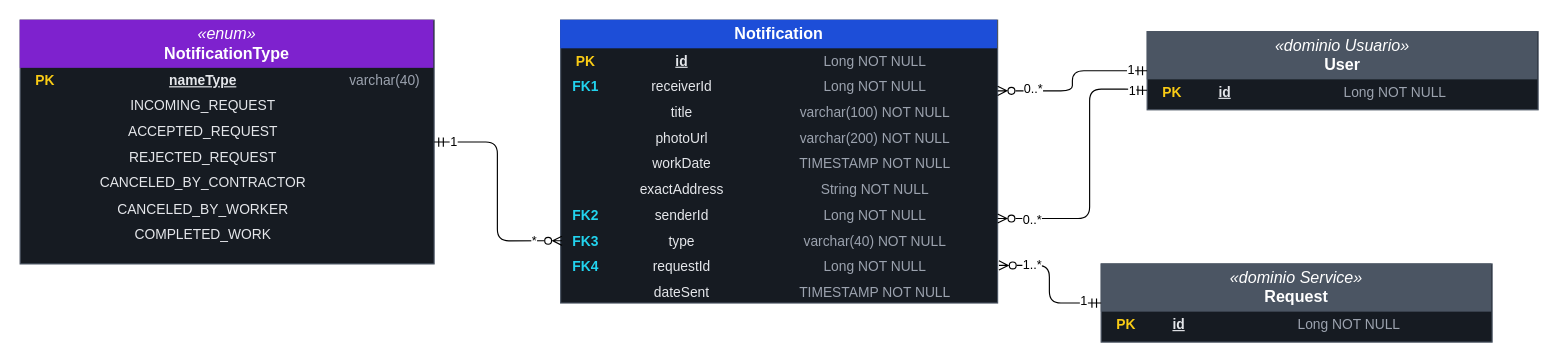
JElaverdem/oficioya-notification keeps this draw.io diagram as src/main/resources/docs/uml/ER-Notification.drawio. Above is the earlier version. Source tidied: cells renumbered, new cells numbered last; positions are measured from the earlier drawing's top-left corner, leaving out a move shared by most shapes. Both pictures are drawn from the tidied source at 115%, with x=0, y=0 at pixel (20, 20).
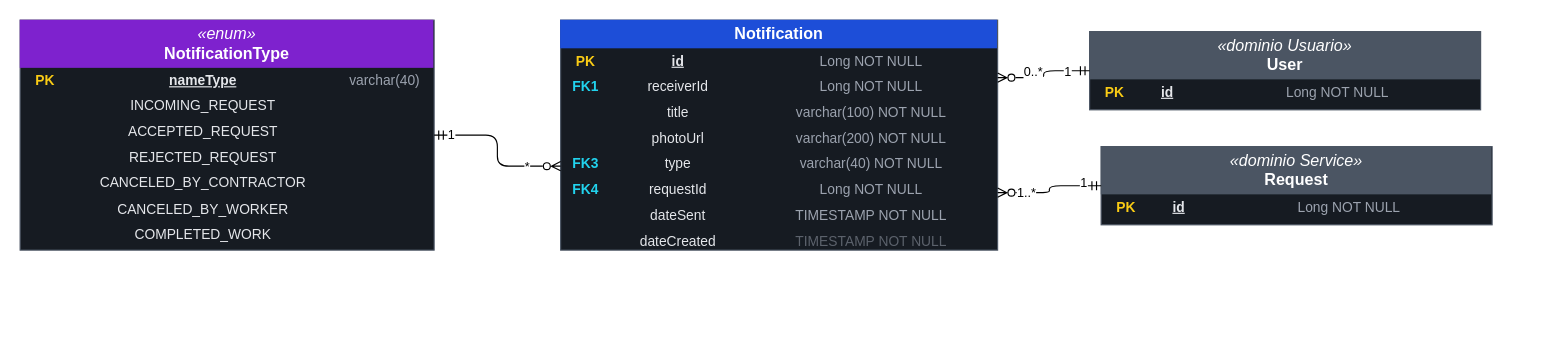
After the change.

Unchanged cells that the change refers to:
```xml
<mxCell id="9" style="edgeStyle=orthogonalEdgeStyle;html=1;startArrow=ERmandOne;endArrow=ERzeroToMany;startFill=0;endFill=0;strokeColor=default;fontColor=#e5e7eb;labelBackgroundColor=#0f1117;entryX=1;entryY=0.25;entryDx=0;entryDy=0;" parent="1" edge="1" source="4" target="3">
  <mxGeometry relative="1" as="geometry" />
</mxCell>
```

What changed in the source:
```diff
@@
     <mxCell id="2" value="&lt;table width=&quot;100%&quot; cellpadding=&quot;4&quot; cellspacing=&quot;0&quot; style=&quot;color: rgb(229, 231, 235); font-size: 12px;&quot;&gt;&lt;tbody&gt;&lt;tr&gt;&lt;td colspan=&quot;3&quot; align=&quot;center&quot; bgcolor=&quot;#7e22ce&quot;&gt;&lt;font color=&quot;#fff&quot; style=&quot;font-size: 14px;&quot;&gt;&lt;i&gt;«enum»&lt;/i&gt;&lt;br&gt;&lt;b&gt;NotificationType&lt;/b&gt;&lt;/font&gt;&lt;/td&gt;&lt;/tr&gt;&lt;tr&gt;&lt;td width=&quot;36&quot;&gt;&lt;font color=&quot;#facc15&quot;&gt;&lt;b&gt;PK&lt;/b&gt;&lt;/font&gt;&lt;/td&gt;&lt;td&gt;&lt;u&gt;&lt;b&gt;nameType&lt;/b&gt;&lt;/u&gt;&lt;/td&gt;&lt;td&gt;&lt;font color=&quot;#9ca3af&quot;&gt;varchar(40)&lt;/font&gt;&lt;/td&gt;&lt;/tr&gt;&lt;tr&gt;&lt;td width=&quot;36&quot;&gt;&lt;font color=&quot;#22d3ee&quot;&gt;&lt;b&gt;&lt;/b&gt;&lt;/font&gt;&lt;/td&gt;&lt;td&gt;INCOMING_REQUEST&lt;/td&gt;&lt;td&gt;&lt;font color=&quot;#9ca3af&quot;&gt;&lt;/font&gt;&lt;/td&gt;&lt;/tr&gt;&lt;tr&gt;&lt;td width=&quot;36&quot;&gt;&lt;font color=&quot;#22d3ee&quot;&gt;&lt;b&gt;&lt;/b&gt;&lt;/font&gt;&lt;/td&gt;&lt;td&gt;ACCEPTED_REQUEST&lt;/td&gt;&lt;td&gt;&lt;font color=&quot;#9ca3af&quot;&gt;&lt;/font&gt;&lt;/td&gt;&lt;/tr&gt;&lt;tr&gt;&lt;td width=&quot;36&quot;&gt;&lt;font color=&quot;#22d3ee&quot;&gt;&lt;b&gt;&lt;/b&gt;&lt;/font&gt;&lt;/td&gt;&lt;td&gt;REJECTED_REQUEST&lt;/td&gt;&lt;td&gt;&lt;font color=&quot;#9ca3af&quot;&gt;&lt;/font&gt;&lt;/td&gt;&lt;/tr&gt;&lt;tr&gt;&lt;td width=&quot;36&quot;&gt;&lt;font color=&quot;#22d3ee&quot;&gt;&lt;b&gt;&lt;/b&gt;&lt;/font&gt;&lt;/td&gt;&lt;td&gt;CANCELED_BY_CONTRACTOR&lt;/td&gt;&lt;td&gt;&lt;font color=&quot;#9ca3af&quot;&gt;&lt;/font&gt;&lt;/td&gt;&lt;/tr&gt;&lt;tr&gt;&lt;td width=&quot;36&quot;&gt;&lt;font color=&quot;#22d3ee&quot;&gt;&lt;b&gt;&lt;/b&gt;&lt;/font&gt;&lt;/td&gt;&lt;td&gt;CANCELED_BY_WORKER&lt;/td&gt;&lt;td&gt;&lt;font color=&quot;#9ca3af&quot;&gt;&lt;/font&gt;&lt;/td&gt;&lt;/tr&gt;&lt;tr&gt;&lt;td width=&quot;36&quot;&gt;&lt;font color=&quot;#22d3ee&quot;&gt;&lt;b&gt;&lt;/b&gt;&lt;/font&gt;&lt;/td&gt;&lt;td&gt;COMPLETED_WORK&lt;/td&gt;&lt;td&gt;&lt;font color=&quot;#9ca3af&quot;&gt;&lt;/font&gt;&lt;/td&gt;&lt;/tr&gt;&lt;/tbody&gt;&lt;/table&gt;" style="html=1;whiteSpace=wrap;overflow=fill;verticalAlign=top;fillColor=#161b22;strokeColor=#4b5563;fontColor=#e5e7eb;" parent="1" vertex="1">
-      <mxGeometry width="360" height="212" as="geometry" />
+      <mxGeometry width="360" height="200" as="geometry" />
     </mxCell>
-    <mxCell id="3" value="&lt;table width=&quot;100%&quot; cellpadding=&quot;4&quot; cellspacing=&quot;0&quot; style=&quot;color: rgb(229, 231, 235); font-size: 12px;&quot;&gt;&lt;tbody&gt;&lt;tr&gt;&lt;td colspan=&quot;3&quot; align=&quot;center&quot; bgcolor=&quot;#1d4ed8&quot;&gt;&lt;font color=&quot;#fff&quot; style=&quot;font-size: 14px;&quot;&gt;&lt;b&gt;Notification&lt;/b&gt;&lt;/font&gt;&lt;/td&gt;&lt;/tr&gt;&lt;tr&gt;&lt;td width=&quot;36&quot;&gt;&lt;font color=&quot;#facc15&quot;&gt;&lt;b&gt;PK&lt;/b&gt;&lt;/font&gt;&lt;/td&gt;&lt;td&gt;&lt;u&gt;&lt;b&gt;id&lt;/b&gt;&lt;/u&gt;&lt;/td&gt;&lt;td&gt;&lt;font color=&quot;#9ca3af&quot;&gt;Long NOT NULL&lt;/font&gt;&lt;/td&gt;&lt;/tr&gt;&lt;tr&gt;&lt;td width=&quot;36&quot;&gt;&lt;font color=&quot;#22d3ee&quot;&gt;&lt;b&gt;FK1&lt;/b&gt;&lt;/font&gt;&lt;/td&gt;&lt;td&gt;receiverId&lt;/td&gt;&lt;td&gt;&lt;font color=&quot;#9ca3af&quot;&gt;Long NOT NULL&lt;/font&gt;&lt;/td&gt;&lt;/tr&gt;&lt;tr&gt;&lt;td width=&quot;36&quot;&gt;&lt;font color=&quot;#22d3ee&quot;&gt;&lt;b&gt;&lt;/b&gt;&lt;/font&gt;&lt;/td&gt;&lt;td&gt;title&lt;/td&gt;&lt;td&gt;&lt;font color=&quot;#9ca3af&quot;&gt;varchar(100) NOT NULL&lt;/font&gt;&lt;/td&gt;&lt;/tr&gt;&lt;tr&gt;&lt;td width=&quot;36&quot;&gt;&lt;font color=&quot;#22d3ee&quot;&gt;&lt;b&gt;&lt;/b&gt;&lt;/font&gt;&lt;/td&gt;&lt;td&gt;photoUrl&lt;/td&gt;&lt;td&gt;&lt;font color=&quot;#9ca3af&quot;&gt;varchar(200) NOT NULL&lt;/font&gt;&lt;/td&gt;&lt;/tr&gt;&lt;tr&gt;&lt;td width=&quot;36&quot;&gt;&lt;font color=&quot;#22d3ee&quot;&gt;&lt;b&gt;&lt;/b&gt;&lt;/font&gt;&lt;/td&gt;&lt;td&gt;workDate&lt;/td&gt;&lt;td&gt;&lt;font color=&quot;#9ca3af&quot;&gt;TIMESTAMP NOT NULL&lt;/font&gt;&lt;/td&gt;&lt;/tr&gt;&lt;tr&gt;&lt;td width=&quot;36&quot;&gt;&lt;br&gt;&lt;/td&gt;&lt;td&gt;exactAddress&lt;/td&gt;&lt;td&gt;&lt;font color=&quot;#9ca3af&quot;&gt;String NOT NULL&lt;/font&gt;&lt;/td&gt;&lt;/tr&gt;&lt;tr&gt;&lt;td width=&quot;36&quot;&gt;&lt;b style=&quot;color: rgb(34, 211, 238);&quot;&gt;FK2&lt;/b&gt;&lt;/td&gt;&lt;td&gt;senderId&lt;/td&gt;&lt;td&gt;&lt;font color=&quot;#9ca3af&quot;&gt;Long NOT NULL&lt;/font&gt;&lt;/td&gt;&lt;/tr&gt;&lt;tr&gt;&lt;td&gt;&lt;b style=&quot;color: rgb(34, 211, 238);&quot;&gt;FK3&lt;/b&gt;&lt;/td&gt;&lt;td&gt;type&lt;/td&gt;&lt;td&gt;&lt;span style=&quot;color: light-dark(rgb(156, 163, 175), rgb(36, 38, 41));&quot;&gt;varchar(40) NOT NULL&lt;/span&gt;&lt;/td&gt;&lt;/tr&gt;&lt;tr&gt;&lt;td&gt;&lt;b style=&quot;color: rgb(34, 211, 238);&quot;&gt;FK4&lt;/b&gt;&lt;/td&gt;&lt;td&gt;requestId&lt;/td&gt;&lt;td&gt;&lt;span style=&quot;color: rgb(156, 163, 175);&quot;&gt;Long NOT NULL&lt;/span&gt;&lt;/td&gt;&lt;/tr&gt;&lt;tr&gt;&lt;td&gt;&lt;br&gt;&lt;/td&gt;&lt;td&gt;dateSent&lt;/td&gt;&lt;td&gt;&lt;span style=&quot;color: rgb(156, 163, 175);&quot;&gt;TIMESTAMP NOT NULL&lt;/span&gt;&lt;/td&gt;&lt;/tr&gt;&lt;/tbody&gt;&lt;/table&gt;" style="html=1;whiteSpace=wrap;overflow=fill;verticalAlign=top;fillColor=#161b22;strokeColor=#4b5563;fontColor=#e5e7eb;" parent="1" vertex="1">
-      <mxGeometry x="470" width="380" height="246" as="geometry" />
+    <mxCell id="3" value="&lt;table width=&quot;100%&quot; cellpadding=&quot;4&quot; cellspacing=&quot;0&quot; style=&quot;color: rgb(229, 231, 235); font-size: 12px;&quot;&gt;&lt;tbody&gt;&lt;tr&gt;&lt;td colspan=&quot;3&quot; align=&quot;center&quot; bgcolor=&quot;#1d4ed8&quot;&gt;&lt;font color=&quot;#fff&quot; style=&quot;font-size: 14px;&quot;&gt;&lt;b&gt;Notification&lt;/b&gt;&lt;/font&gt;&lt;/td&gt;&lt;/tr&gt;&lt;tr&gt;&lt;td width=&quot;36&quot;&gt;&lt;font color=&quot;#facc15&quot;&gt;&lt;b&gt;PK&lt;/b&gt;&lt;/font&gt;&lt;/td&gt;&lt;td&gt;&lt;u&gt;&lt;b&gt;id&lt;/b&gt;&lt;/u&gt;&lt;/td&gt;&lt;td&gt;&lt;font color=&quot;#9ca3af&quot;&gt;Long NOT NULL&lt;/font&gt;&lt;/td&gt;&lt;/tr&gt;&lt;tr&gt;&lt;td width=&quot;36&quot;&gt;&lt;font color=&quot;#22d3ee&quot;&gt;&lt;b&gt;FK1&lt;/b&gt;&lt;/font&gt;&lt;/td&gt;&lt;td&gt;receiverId&lt;/td&gt;&lt;td&gt;&lt;font color=&quot;#9ca3af&quot;&gt;Long NOT NULL&lt;/font&gt;&lt;/td&gt;&lt;/tr&gt;&lt;tr&gt;&lt;td width=&quot;36&quot;&gt;&lt;font color=&quot;#22d3ee&quot;&gt;&lt;b&gt;&lt;/b&gt;&lt;/font&gt;&lt;/td&gt;&lt;td&gt;title&lt;/td&gt;&lt;td&gt;&lt;font color=&quot;#9ca3af&quot;&gt;varchar(100) NOT NULL&lt;/font&gt;&lt;/td&gt;&lt;/tr&gt;&lt;tr&gt;&lt;td width=&quot;36&quot;&gt;&lt;font color=&quot;#22d3ee&quot;&gt;&lt;b&gt;&lt;/b&gt;&lt;/font&gt;&lt;/td&gt;&lt;td&gt;photoUrl&lt;/td&gt;&lt;td&gt;&lt;font color=&quot;#9ca3af&quot;&gt;varchar(200) NOT NULL&lt;/font&gt;&lt;/td&gt;&lt;/tr&gt;&lt;tr&gt;&lt;td&gt;&lt;b style=&quot;color: rgb(34, 211, 238);&quot;&gt;FK3&lt;/b&gt;&lt;/td&gt;&lt;td&gt;type&lt;/td&gt;&lt;td&gt;&lt;span style=&quot;color: rgb(156, 163, 175);&quot;&gt;varchar(40) NOT NULL&lt;/span&gt;&lt;/td&gt;&lt;/tr&gt;&lt;tr&gt;&lt;td&gt;&lt;b style=&quot;color: rgb(34, 211, 238);&quot;&gt;FK4&lt;/b&gt;&lt;/td&gt;&lt;td&gt;requestId&lt;/td&gt;&lt;td&gt;&lt;span style=&quot;color: rgb(156, 163, 175);&quot;&gt;Long NOT NULL&lt;/span&gt;&lt;/td&gt;&lt;/tr&gt;&lt;tr&gt;&lt;td&gt;&lt;br&gt;&lt;/td&gt;&lt;td&gt;dateSent&lt;/td&gt;&lt;td&gt;&lt;span style=&quot;color: rgb(156, 163, 175);&quot;&gt;TIMESTAMP NOT NULL&lt;/span&gt;&lt;/td&gt;&lt;/tr&gt;&lt;tr&gt;&lt;td&gt;&lt;br&gt;&lt;/td&gt;&lt;td&gt;dateCreated&lt;/td&gt;&lt;td&gt;&lt;span style=&quot;color: rgb(92, 98, 108);&quot;&gt;TIMESTAMP NOT NULL&lt;/span&gt;&lt;/td&gt;&lt;/tr&gt;&lt;/tbody&gt;&lt;/table&gt;" style="html=1;whiteSpace=wrap;overflow=fill;verticalAlign=top;fillColor=#161b22;strokeColor=#4b5563;fontColor=#e5e7eb;" parent="1" vertex="1">
+      <mxGeometry x="470" width="380" height="200" as="geometry" />
     </mxCell>
     <mxCell id="4" value="&lt;table width=&quot;100%&quot; cellpadding=&quot;4&quot; cellspacing=&quot;0&quot; style=&quot;color: rgb(229, 231, 235); font-size: 12px;&quot;&gt;&lt;tbody&gt;&lt;tr&gt;&lt;td colspan=&quot;3&quot; align=&quot;center&quot; bgcolor=&quot;#4b5563&quot;&gt;&lt;font color=&quot;#fff&quot; style=&quot;font-size: 14px;&quot;&gt;&lt;i&gt;«dominio Usuario»&lt;/i&gt;&lt;br&gt;&lt;b&gt;User&lt;/b&gt;&lt;/font&gt;&lt;/td&gt;&lt;/tr&gt;&lt;tr&gt;&lt;td width=&quot;36&quot;&gt;&lt;font color=&quot;#facc15&quot;&gt;&lt;b&gt;PK&lt;/b&gt;&lt;/font&gt;&lt;/td&gt;&lt;td&gt;&lt;u&gt;&lt;b&gt;id&lt;/b&gt;&lt;/u&gt;&lt;/td&gt;&lt;td&gt;&lt;font color=&quot;#9ca3af&quot;&gt;Long NOT NULL&lt;/font&gt;&lt;/td&gt;&lt;/tr&gt;&lt;/tbody&gt;&lt;/table&gt;" style="html=1;whiteSpace=wrap;overflow=fill;verticalAlign=top;fillColor=#161b22;strokeColor=#4b5563;fontColor=#e5e7eb;" parent="1" vertex="1">
-      <mxGeometry x="980" y="10" width="340" height="68" as="geometry" />
+      <mxGeometry x="930" y="10" width="340" height="68" as="geometry" />
     </mxCell>
     <mxCell id="5" value="&lt;table width=&quot;100%&quot; cellpadding=&quot;4&quot; cellspacing=&quot;0&quot; style=&quot;color: rgb(229, 231, 235); font-size: 12px;&quot;&gt;&lt;tbody&gt;&lt;tr&gt;&lt;td colspan=&quot;3&quot; align=&quot;center&quot; bgcolor=&quot;#4b5563&quot;&gt;&lt;font color=&quot;#fff&quot; style=&quot;font-size: 14px;&quot;&gt;&lt;i&gt;«dominio Service»&lt;/i&gt;&lt;br&gt;&lt;b&gt;Request&lt;/b&gt;&lt;/font&gt;&lt;/td&gt;&lt;/tr&gt;&lt;tr&gt;&lt;td width=&quot;36&quot;&gt;&lt;font color=&quot;#facc15&quot;&gt;&lt;b&gt;PK&lt;/b&gt;&lt;/font&gt;&lt;/td&gt;&lt;td&gt;&lt;u&gt;&lt;b&gt;id&lt;/b&gt;&lt;/u&gt;&lt;/td&gt;&lt;td&gt;&lt;font color=&quot;#9ca3af&quot;&gt;Long NOT NULL&lt;/font&gt;&lt;/td&gt;&lt;/tr&gt;&lt;/tbody&gt;&lt;/table&gt;" style="html=1;whiteSpace=wrap;overflow=fill;verticalAlign=top;fillColor=#161b22;strokeColor=#4b5563;fontColor=#e5e7eb;" parent="1" vertex="1">
-      <mxGeometry x="940" y="212" width="340" height="68" as="geometry" />
+      <mxGeometry x="940" y="110" width="340" height="68" as="geometry" />
     </mxCell>
-    <mxCell id="6" style="edgeStyle=orthogonalEdgeStyle;html=1;startArrow=ERmandOne;endArrow=ERzeroToMany;startFill=0;endFill=0;strokeColor=default;fontColor=#e5e7eb;labelBackgroundColor=#0f1117;entryX=0.003;entryY=0.78;entryDx=0;entryDy=0;entryPerimeter=0;" parent="1" edge="1" source="2" target="3">
-      <mxGeometry x="-0.21" relative="1" as="geometry" />
+    <mxCell id="6" style="edgeStyle=orthogonalEdgeStyle;html=1;startArrow=ERmandOne;endArrow=ERzeroToMany;startFill=0;endFill=0;strokeColor=default;fontColor=#e5e7eb;labelBackgroundColor=#0f1117;entryX=0;entryY=0.635;entryDx=0;entryDy=0;entryPerimeter=0;" parent="1" edge="1" source="2" target="3">
+      <mxGeometry x="-0.04" relative="1" as="geometry" />
     </mxCell>
     <mxCell id="7" value="1" style="edgeLabel;html=1;align=center;verticalAlign=middle;" parent="6" vertex="1">
-      <mxGeometry x="-0.84" y="1" relative="1" as="geometry" />
+      <mxGeometry x="-0.8" y="1" relative="1" as="geometry" />
     </mxCell>
     <mxCell id="8" value="*" style="edgeLabel;html=1;align=center;verticalAlign=middle;" parent="6" vertex="1">
-      <mxGeometry x="0.75" relative="1" as="geometry" />
+      <mxGeometry x="0.75" relative="1" as="geometry">
+        <mxPoint x="-13" as="offset" />
+      </mxGeometry>
     </mxCell>
@@
     <mxCell id="10" value="0..*" style="edgeLabel;html=1;align=center;verticalAlign=middle;" parent="9" vertex="1">
       <mxGeometry x="0.68" y="-2" relative="1" as="geometry">
-        <mxPoint x="7" as="offset" />
+        <mxPoint x="16" y="-4" as="offset" />
       </mxGeometry>
     </mxCell>
     <mxCell id="11" value="1" style="edgeLabel;html=1;align=center;verticalAlign=middle;" parent="9" vertex="1">
-      <mxGeometry x="-0.79" y="-2" relative="1" as="geometry" />
+      <mxGeometry x="-0.79" y="-2" relative="1" as="geometry">
+        <mxPoint x="-11" y="2" as="offset" />
+      </mxGeometry>
     </mxCell>
-    <mxCell id="12" style="edgeStyle=orthogonalEdgeStyle;html=1;startArrow=ERmandOne;endArrow=ERzeroToMany;startFill=0;endFill=0;strokeColor=default;fontColor=#e5e7eb;labelBackgroundColor=none;entryX=1.003;entryY=0.867;entryDx=0;entryDy=0;entryPerimeter=0;" parent="1" edge="1" source="5" target="3">
-      <mxGeometry x="-0.14" relative="1" as="geometry" />
+    <mxCell id="12" style="edgeStyle=orthogonalEdgeStyle;html=1;startArrow=ERmandOne;endArrow=ERzeroToMany;startFill=0;endFill=0;strokeColor=default;fontColor=#e5e7eb;labelBackgroundColor=none;entryX=1;entryY=0.75;entryDx=0;entryDy=0;" parent="1" edge="1" source="5" target="3">
+      <mxGeometry x="0.06" relative="1" as="geometry" />
     </mxCell>
@@
     <mxCell id="14" value="1" style="edgeLabel;html=1;align=center;verticalAlign=middle;" parent="12" vertex="1">
-      <mxGeometry x="-0.74" y="-3" relative="1" as="geometry" />
+      <mxGeometry x="-0.67" y="-3" relative="1" as="geometry" />
     </mxCell>
-    <mxCell id="15" style="edgeStyle=orthogonalEdgeStyle;html=1;startArrow=ERmandOne;endArrow=ERzeroToMany;startFill=0;endFill=0;strokeColor=default;fontColor=#e5e7eb;labelBackgroundColor=#0f1117;exitX=0;exitY=0.75;exitDx=0;exitDy=0;" parent="1" edge="1" source="4" target="3">
-      <mxGeometry x="0.06" relative="1" as="geometry">
-        <Array as="points">
-          <mxPoint x="970" y="61" />
-          <mxPoint x="970" y="60" />
-          <mxPoint x="930" y="60" />
-          <mxPoint x="930" y="172.5" />
-        </Array>
-      </mxGeometry>
-    </mxCell>
-    <mxCell id="16" value="0..*" style="edgeLabel;html=1;align=center;verticalAlign=middle;" parent="15" vertex="1">
-      <mxGeometry x="0.82" y="1" relative="1" as="geometry">
-        <mxPoint x="8" as="offset" />
-      </mxGeometry>
-    </mxCell>
-    <mxCell id="17" value="1" style="edgeLabel;html=1;align=center;verticalAlign=middle;" parent="15" vertex="1">
-      <mxGeometry x="-0.88" y="1" relative="1" as="geometry" />
-    </mxCell>
```
